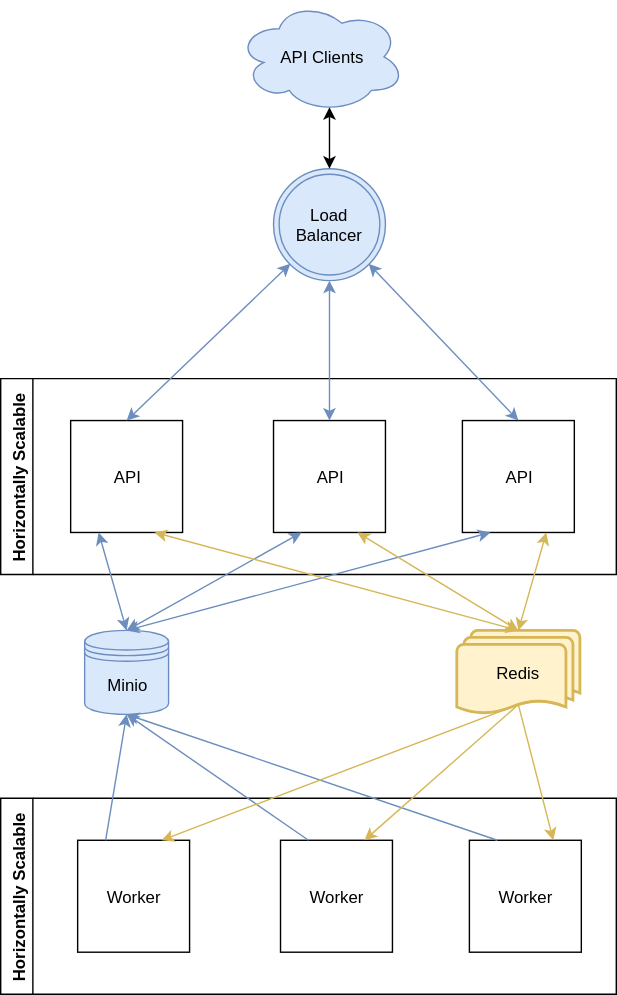
Before: Architecture.svg, a diagram exported from draw.io (qmk/qmk_api). Source tidied: cells renumbered, new cells last; positions are measured from the earlier drawing's top-left corner, leaving out a move shared by most shapes. Source of this version:
```xml
<mxGraphModel background="#ffffff">
  <root>
    <mxCell id="0" />
    <mxCell id="1" parent="0" />
    <mxCell id="2" value="Horizontally Scalable" style="swimlane;direction=east;verticalAlign=bottom;horizontal=0;" parent="1" vertex="1">
      <mxGeometry y="570" width="440" height="140" as="geometry" />
    </mxCell>
    <mxCell id="3" value="Horizontally Scalable" style="swimlane;direction=east;verticalAlign=bottom;horizontal=0;" parent="1" vertex="1">
      <mxGeometry y="270" width="440" height="140" as="geometry" />
    </mxCell>
    <mxCell id="4" value="API Clients" style="ellipse;shape=cloud;whiteSpace=wrap;html=1;fillColor=#dae8fc;strokeColor=#6c8ebf;" parent="1" vertex="1">
      <mxGeometry x="169" width="120" height="80" as="geometry" />
    </mxCell>
    <mxCell id="5" value="Load Balancer" style="ellipse;shape=doubleEllipse;whiteSpace=wrap;html=1;fillColor=#dae8fc;strokeColor=#6c8ebf;" parent="1" vertex="1">
      <mxGeometry x="195" y="120" width="80" height="80" as="geometry" />
    </mxCell>
    <mxCell id="6" value="API" style="whiteSpace=wrap;html=1;" parent="1" vertex="1">
      <mxGeometry x="195" y="300" width="80" height="80" as="geometry" />
    </mxCell>
    <mxCell id="7" value="API" style="whiteSpace=wrap;html=1;" parent="1" vertex="1">
      <mxGeometry x="50" y="300" width="80" height="80" as="geometry" />
    </mxCell>
    <mxCell id="8" value="API" style="whiteSpace=wrap;html=1;" parent="1" vertex="1">
      <mxGeometry x="330" y="300" width="80" height="80" as="geometry" />
    </mxCell>
    <mxCell id="9" value="Minio" style="shape=datastore;whiteSpace=wrap;html=1;fillColor=#dae8fc;strokeColor=#6c8ebf;" parent="1" vertex="1">
      <mxGeometry x="60" y="450" width="60" height="60" as="geometry" />
    </mxCell>
    <mxCell id="10" value="Redis" style="strokeWidth=2;html=1;shape=mxgraph.flowchart.multi-document;whiteSpace=wrap;fillColor=#fff2cc;strokeColor=#d6b656;" parent="1" vertex="1">
      <mxGeometry x="326" y="450" width="88" height="60" as="geometry" />
    </mxCell>
    <mxCell id="11" value="Worker" style="whiteSpace=wrap;html=1;" parent="1" vertex="1">
      <mxGeometry x="200" y="600" width="80" height="80" as="geometry" />
    </mxCell>
    <mxCell id="12" value="Worker" style="whiteSpace=wrap;html=1;" parent="1" vertex="1">
      <mxGeometry x="55" y="600" width="80" height="80" as="geometry" />
    </mxCell>
    <mxCell id="13" value="Worker" style="whiteSpace=wrap;html=1;" parent="1" vertex="1">
      <mxGeometry x="335" y="600" width="80" height="80" as="geometry" />
    </mxCell>
    <mxCell id="14" style="endArrow=classic;startArrow=classic;html=1;entryX=0.5;entryY=1;exitX=0.5;exitY=0;fillColor=#dae8fc;strokeColor=#6c8ebf;" parent="1" edge="1" source="6" target="5">
      <mxGeometry relative="1" as="geometry" />
    </mxCell>
    <mxCell id="15" style="endArrow=classic;startArrow=classic;html=1;exitX=0.5;exitY=0;entryX=0.55;entryY=0.95;entryPerimeter=0;" parent="1" edge="1" source="5" target="4">
      <mxGeometry relative="1" as="geometry" />
    </mxCell>
    <mxCell id="16" style="endArrow=classic;startArrow=classic;html=1;entryX=0;entryY=1;exitX=0.5;exitY=0;fillColor=#dae8fc;strokeColor=#6c8ebf;" parent="1" edge="1" source="7" target="5">
      <mxGeometry relative="1" as="geometry" />
    </mxCell>
    <mxCell id="17" style="endArrow=classic;startArrow=classic;html=1;entryX=1;entryY=1;exitX=0.5;exitY=0;fillColor=#dae8fc;strokeColor=#6c8ebf;" parent="1" edge="1" source="8" target="5">
      <mxGeometry relative="1" as="geometry" />
    </mxCell>
    <mxCell id="18" style="endArrow=classic;startArrow=classic;html=1;entryX=0.25;entryY=1;exitX=0.5;exitY=0;fillColor=#dae8fc;strokeColor=#6c8ebf;" parent="1" edge="1" source="9" target="7">
      <mxGeometry relative="1" as="geometry" />
    </mxCell>
    <mxCell id="19" style="endArrow=classic;startArrow=classic;html=1;entryX=0.25;entryY=1;fillColor=#dae8fc;strokeColor=#6c8ebf;" parent="1" edge="1" target="6">
      <mxGeometry relative="1" as="geometry">
        <mxPoint x="90" y="450" as="sourcePoint" />
      </mxGeometry>
    </mxCell>
    <mxCell id="20" style="endArrow=classic;startArrow=classic;html=1;entryX=0.25;entryY=1;exitX=0.5;exitY=0;fillColor=#dae8fc;strokeColor=#6c8ebf;" parent="1" edge="1" source="9" target="8">
      <mxGeometry relative="1" as="geometry" />
    </mxCell>
    <mxCell id="21" style="endArrow=classic;startArrow=classic;html=1;entryX=0.75;entryY=1;exitX=0.5;exitY=0;exitPerimeter=0;fillColor=#fff2cc;strokeColor=#d6b656;" parent="1" edge="1" source="10" target="7">
      <mxGeometry relative="1" as="geometry" />
    </mxCell>
    <mxCell id="22" style="endArrow=classic;startArrow=classic;html=1;entryX=0.75;entryY=1;exitX=0.5;exitY=0;exitPerimeter=0;fillColor=#fff2cc;strokeColor=#d6b656;" parent="1" edge="1" source="10" target="6">
      <mxGeometry relative="1" as="geometry" />
    </mxCell>
    <mxCell id="23" style="endArrow=classic;startArrow=classic;html=1;entryX=0.75;entryY=1;exitX=0.5;exitY=0;exitPerimeter=0;fillColor=#fff2cc;strokeColor=#d6b656;" parent="1" edge="1" source="10" target="8">
      <mxGeometry relative="1" as="geometry" />
    </mxCell>
    <mxCell id="24" style="endArrow=classic;html=1;entryX=0.5;entryY=1;exitX=0.25;exitY=0;fillColor=#dae8fc;strokeColor=#6c8ebf;" parent="1" edge="1" source="12" target="9">
      <mxGeometry relative="1" as="geometry" />
    </mxCell>
    <mxCell id="25" style="endArrow=classic;html=1;exitX=0.25;exitY=0;entryX=0.5;entryY=1;fillColor=#dae8fc;strokeColor=#6c8ebf;" parent="1" edge="1" source="11" target="9">
      <mxGeometry relative="1" as="geometry" />
    </mxCell>
    <mxCell id="26" style="endArrow=classic;html=1;exitX=0.25;exitY=0;entryX=0.5;entryY=1;fillColor=#dae8fc;strokeColor=#6c8ebf;" parent="1" edge="1" source="13" target="9">
      <mxGeometry relative="1" as="geometry" />
    </mxCell>
    <mxCell id="27" style="endArrow=classic;html=1;exitX=0.5;exitY=0.88;exitPerimeter=0;entryX=0.75;entryY=0;fillColor=#fff2cc;strokeColor=#d6b656;" parent="1" edge="1" source="10" target="13">
      <mxGeometry relative="1" as="geometry" />
    </mxCell>
    <mxCell id="28" style="endArrow=classic;html=1;exitX=0.5;exitY=0.88;exitPerimeter=0;entryX=0.75;entryY=0;fillColor=#fff2cc;strokeColor=#d6b656;" parent="1" edge="1" source="10" target="12">
      <mxGeometry relative="1" as="geometry" />
    </mxCell>
    <mxCell id="29" style="endArrow=classic;html=1;entryX=0.75;entryY=0;exitX=0.5;exitY=0.88;exitPerimeter=0;fillColor=#fff2cc;strokeColor=#d6b656;" parent="1" edge="1" source="10" target="11">
      <mxGeometry relative="1" as="geometry" />
    </mxCell>
  </root>
</mxGraphModel>
```
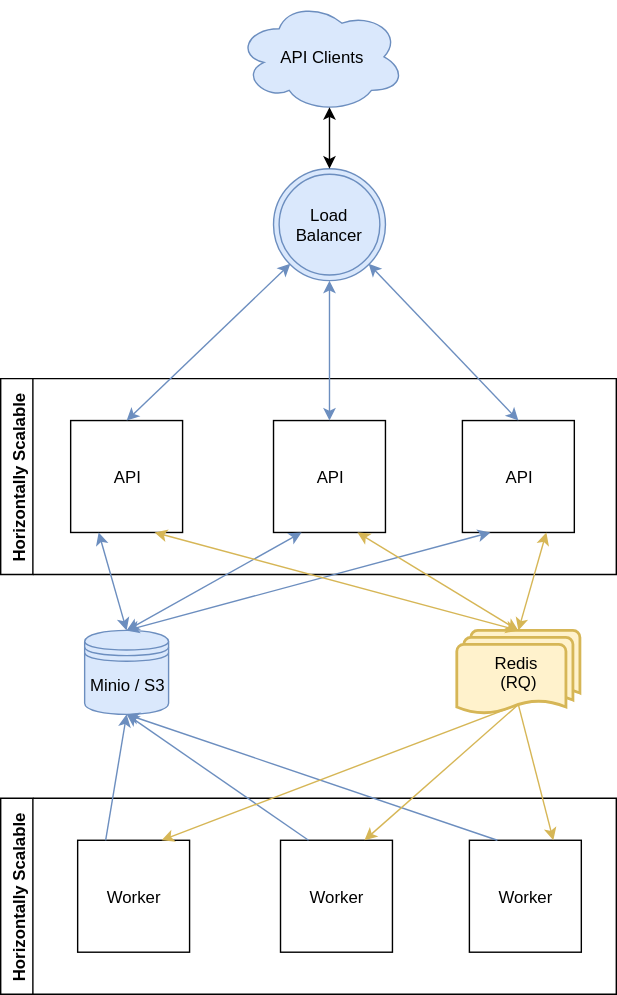
The same diagram one commit later.

Change to the diagram source:
```diff
@@ -23,10 +23,10 @@
     <mxCell id="8" value="API" style="whiteSpace=wrap;html=1;" parent="1" vertex="1">
       <mxGeometry x="330" y="300" width="80" height="80" as="geometry" />
     </mxCell>
-    <mxCell id="9" value="Minio" style="shape=datastore;whiteSpace=wrap;html=1;fillColor=#dae8fc;strokeColor=#6c8ebf;" parent="1" vertex="1">
+    <mxCell id="9" value="Minio / S3" style="shape=datastore;whiteSpace=wrap;html=1;fillColor=#dae8fc;strokeColor=#6c8ebf;" parent="1" vertex="1">
       <mxGeometry x="60" y="450" width="60" height="60" as="geometry" />
     </mxCell>
-    <mxCell id="10" value="Redis" style="strokeWidth=2;html=1;shape=mxgraph.flowchart.multi-document;whiteSpace=wrap;fillColor=#fff2cc;strokeColor=#d6b656;" parent="1" vertex="1">
+    <mxCell id="10" value="Redis&amp;nbsp;&lt;div&gt;(RQ)&lt;/div&gt;" style="strokeWidth=2;html=1;shape=mxgraph.flowchart.multi-document;whiteSpace=wrap;fillColor=#fff2cc;strokeColor=#d6b656;" parent="1" vertex="1">
       <mxGeometry x="326" y="450" width="88" height="60" as="geometry" />
     </mxCell>
     <mxCell id="11" value="Worker" style="whiteSpace=wrap;html=1;" parent="1" vertex="1">
```
